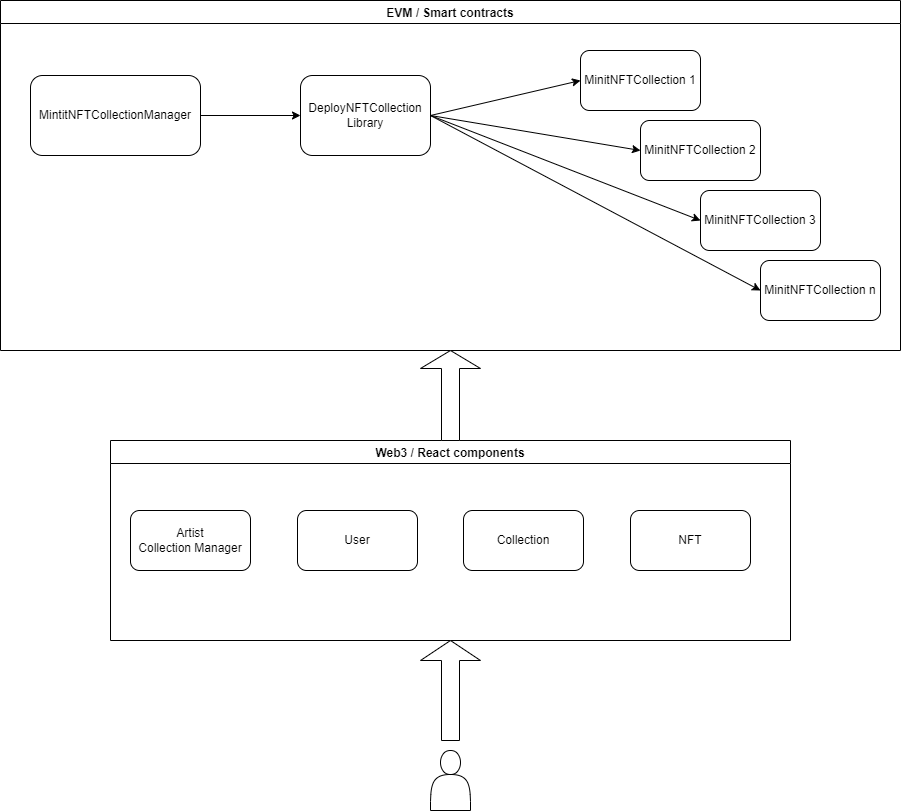
The draw.io diagram docs/assets/Mintit.global.png in Mint-It/mintit, before a commit. Source tidied: cells renumbered, new cells last; positions are measured from the earlier drawing's top-left corner, leaving out a move shared by most shapes. Source of this version:
```xml
<mxGraphModel>
  <root>
    <mxCell id="0" />
    <mxCell id="1" parent="0" />
    <mxCell id="2" value="EVM / Smart contracts" style="swimlane;" parent="1" vertex="1">
      <mxGeometry width="900" height="350" as="geometry" />
    </mxCell>
    <mxCell id="3" value="DeployNFTCollection&lt;br&gt;Library" style="rounded=1;whiteSpace=wrap;html=1;" parent="2" vertex="1">
      <mxGeometry x="300" y="75" width="130" height="80" as="geometry" />
    </mxCell>
    <mxCell id="4" value="MinitNFTCollection 1" style="rounded=1;whiteSpace=wrap;html=1;" parent="2" vertex="1">
      <mxGeometry x="580" y="50" width="120" height="60" as="geometry" />
    </mxCell>
    <mxCell id="5" value="MinitNFTCollection 2" style="rounded=1;whiteSpace=wrap;html=1;" parent="2" vertex="1">
      <mxGeometry x="640" y="120" width="120" height="60" as="geometry" />
    </mxCell>
    <mxCell id="6" value="MinitNFTCollection 3" style="rounded=1;whiteSpace=wrap;html=1;" parent="2" vertex="1">
      <mxGeometry x="700" y="190" width="120" height="60" as="geometry" />
    </mxCell>
    <mxCell id="7" value="MinitNFTCollection n" style="rounded=1;whiteSpace=wrap;html=1;" parent="2" vertex="1">
      <mxGeometry x="760" y="260" width="120" height="60" as="geometry" />
    </mxCell>
    <mxCell id="8" style="endArrow=classic;html=1;rounded=0;exitX=1;exitY=0.5;exitDx=0;exitDy=0;entryX=0;entryY=0.5;entryDx=0;entryDy=0;" parent="2" edge="1" source="3" target="4">
      <mxGeometry relative="1" as="geometry" />
    </mxCell>
    <mxCell id="9" style="endArrow=classic;html=1;rounded=0;exitX=1;exitY=0.5;exitDx=0;exitDy=0;entryX=0;entryY=0.5;entryDx=0;entryDy=0;" parent="2" edge="1" source="3" target="5">
      <mxGeometry relative="1" as="geometry" />
    </mxCell>
    <mxCell id="10" style="endArrow=classic;html=1;rounded=0;entryX=0;entryY=0.5;entryDx=0;entryDy=0;exitX=1;exitY=0.5;exitDx=0;exitDy=0;fillColor=#dae8fc;strokeColor=#000000;strokeWidth=1;" parent="2" edge="1" source="3" target="7">
      <mxGeometry relative="1" as="geometry" />
    </mxCell>
    <mxCell id="11" value="MintitNFTCollectionManager" style="rounded=1;whiteSpace=wrap;html=1;" parent="2" vertex="1">
      <mxGeometry x="30" y="75" width="170" height="80" as="geometry" />
    </mxCell>
    <mxCell id="12" style="endArrow=classic;html=1;rounded=0;exitX=1;exitY=0.5;exitDx=0;exitDy=0;entryX=0;entryY=0.5;entryDx=0;entryDy=0;fillColor=#dae8fc;strokeColor=#000000;strokeWidth=1;" parent="2" edge="1" source="11" target="3">
      <mxGeometry relative="1" as="geometry" />
    </mxCell>
    <mxCell id="13" style="endArrow=classic;html=1;rounded=0;entryX=0;entryY=0.5;entryDx=0;entryDy=0;exitX=1;exitY=0.5;exitDx=0;exitDy=0;" parent="2" edge="1" source="3" target="6">
      <mxGeometry relative="1" as="geometry" />
    </mxCell>
    <mxCell id="14" value="Web3 / React components" style="swimlane;" parent="1" vertex="1">
      <mxGeometry x="110" y="440" width="680" height="200" as="geometry" />
    </mxCell>
    <mxCell id="15" value="Artist&lt;br&gt;Collection Manager" style="rounded=1;whiteSpace=wrap;html=1;" parent="14" vertex="1">
      <mxGeometry x="20" y="70" width="120" height="60" as="geometry" />
    </mxCell>
    <mxCell id="16" value="Collection" style="rounded=1;whiteSpace=wrap;html=1;" parent="14" vertex="1">
      <mxGeometry x="353" y="70" width="120" height="60" as="geometry" />
    </mxCell>
    <mxCell id="17" value="NFT" style="rounded=1;whiteSpace=wrap;html=1;" parent="14" vertex="1">
      <mxGeometry x="520" y="70" width="120" height="60" as="geometry" />
    </mxCell>
    <mxCell id="18" value="User" style="rounded=1;whiteSpace=wrap;html=1;" parent="14" vertex="1">
      <mxGeometry x="187" y="70" width="120" height="60" as="geometry" />
    </mxCell>
    <mxCell id="19" style="shape=actor;whiteSpace=wrap;html=1;fontSize=14;fontColor=#6C8EBF;" parent="1" vertex="1">
      <mxGeometry x="430" y="750" width="40" height="60" as="geometry" />
    </mxCell>
    <mxCell id="20" style="shape=singleArrow;direction=north;whiteSpace=wrap;html=1;fontSize=14;fontColor=#6C8EBF;" parent="1" vertex="1">
      <mxGeometry x="420" y="640" width="60" height="100" as="geometry" />
    </mxCell>
    <mxCell id="21" value="Global" parent="0" />
    <mxCell id="22" style="shape=singleArrow;direction=north;whiteSpace=wrap;html=1;fontSize=14;fontColor=#6C8EBF;" parent="21" vertex="1">
      <mxGeometry x="420" y="350" width="60" height="90" as="geometry" />
    </mxCell>
  </root>
</mxGraphModel>
```
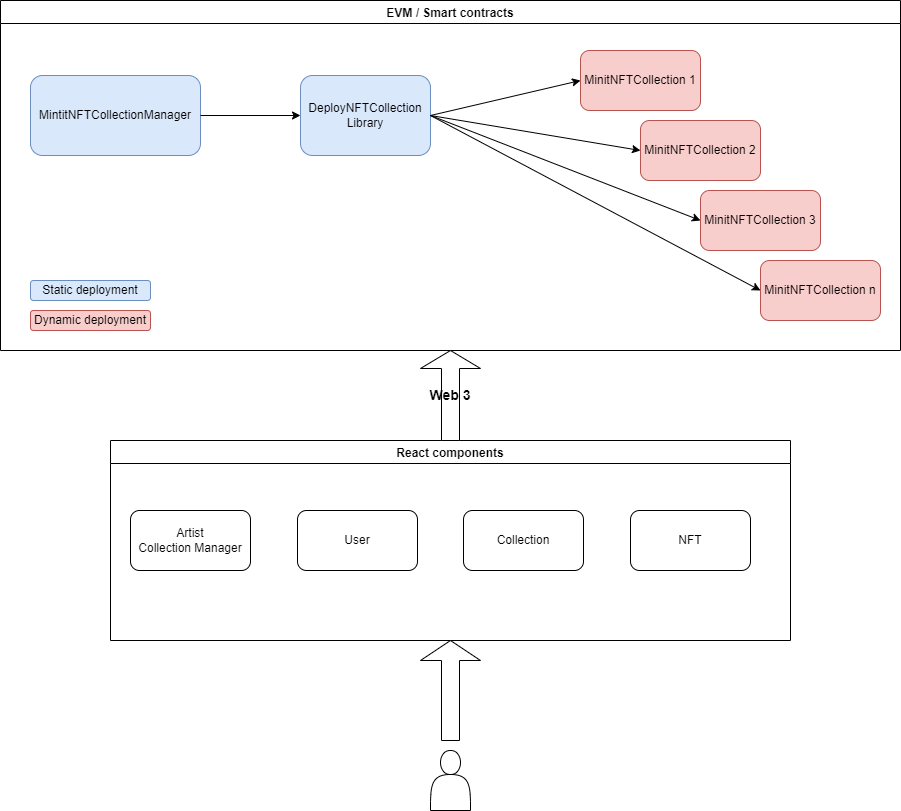
The same file after the commit.

Commit message:
Update global architecture diagram

Diff of the diagram source:
```diff
@@ -5,19 +5,19 @@
     <mxCell id="2" value="EVM / Smart contracts" style="swimlane;" parent="1" vertex="1">
       <mxGeometry width="900" height="350" as="geometry" />
     </mxCell>
-    <mxCell id="3" value="DeployNFTCollection&lt;br&gt;Library" style="rounded=1;whiteSpace=wrap;html=1;" parent="2" vertex="1">
+    <mxCell id="3" value="DeployNFTCollection&lt;br&gt;Library" style="rounded=1;whiteSpace=wrap;html=1;fillColor=#dae8fc;strokeColor=#6c8ebf;" parent="2" vertex="1">
       <mxGeometry x="300" y="75" width="130" height="80" as="geometry" />
     </mxCell>
-    <mxCell id="4" value="MinitNFTCollection 1" style="rounded=1;whiteSpace=wrap;html=1;" parent="2" vertex="1">
+    <mxCell id="4" value="MinitNFTCollection 1" style="rounded=1;whiteSpace=wrap;html=1;fillColor=#f8cecc;strokeColor=#b85450;" parent="2" vertex="1">
       <mxGeometry x="580" y="50" width="120" height="60" as="geometry" />
     </mxCell>
-    <mxCell id="5" value="MinitNFTCollection 2" style="rounded=1;whiteSpace=wrap;html=1;" parent="2" vertex="1">
+    <mxCell id="5" value="MinitNFTCollection 2" style="rounded=1;whiteSpace=wrap;html=1;fillColor=#f8cecc;strokeColor=#b85450;" parent="2" vertex="1">
       <mxGeometry x="640" y="120" width="120" height="60" as="geometry" />
     </mxCell>
-    <mxCell id="6" value="MinitNFTCollection 3" style="rounded=1;whiteSpace=wrap;html=1;" parent="2" vertex="1">
+    <mxCell id="6" value="MinitNFTCollection 3" style="rounded=1;whiteSpace=wrap;html=1;fillColor=#f8cecc;strokeColor=#b85450;" parent="2" vertex="1">
       <mxGeometry x="700" y="190" width="120" height="60" as="geometry" />
     </mxCell>
-    <mxCell id="7" value="MinitNFTCollection n" style="rounded=1;whiteSpace=wrap;html=1;" parent="2" vertex="1">
+    <mxCell id="7" value="MinitNFTCollection n" style="rounded=1;whiteSpace=wrap;html=1;fillColor=#f8cecc;strokeColor=#b85450;" parent="2" vertex="1">
       <mxGeometry x="760" y="260" width="120" height="60" as="geometry" />
     </mxCell>
     <mxCell id="8" style="endArrow=classic;html=1;rounded=0;exitX=1;exitY=0.5;exitDx=0;exitDy=0;entryX=0;entryY=0.5;entryDx=0;entryDy=0;" parent="2" edge="1" source="3" target="4">
@@ -29,7 +29,7 @@
     <mxCell id="10" style="endArrow=classic;html=1;rounded=0;entryX=0;entryY=0.5;entryDx=0;entryDy=0;exitX=1;exitY=0.5;exitDx=0;exitDy=0;fillColor=#dae8fc;strokeColor=#000000;strokeWidth=1;" parent="2" edge="1" source="3" target="7">
       <mxGeometry relative="1" as="geometry" />
     </mxCell>
-    <mxCell id="11" value="MintitNFTCollectionManager" style="rounded=1;whiteSpace=wrap;html=1;" parent="2" vertex="1">
+    <mxCell id="11" value="MintitNFTCollectionManager" style="rounded=1;whiteSpace=wrap;html=1;fillColor=#dae8fc;strokeColor=#6c8ebf;" parent="2" vertex="1">
       <mxGeometry x="30" y="75" width="170" height="80" as="geometry" />
     </mxCell>
     <mxCell id="12" style="endArrow=classic;html=1;rounded=0;exitX=1;exitY=0.5;exitDx=0;exitDy=0;entryX=0;entryY=0.5;entryDx=0;entryDy=0;fillColor=#dae8fc;strokeColor=#000000;strokeWidth=1;" parent="2" edge="1" source="11" target="3">
@@ -38,7 +38,13 @@
     <mxCell id="13" style="endArrow=classic;html=1;rounded=0;entryX=0;entryY=0.5;entryDx=0;entryDy=0;exitX=1;exitY=0.5;exitDx=0;exitDy=0;" parent="2" edge="1" source="3" target="6">
       <mxGeometry relative="1" as="geometry" />
     </mxCell>
+    <mxCell id="23" value="Static deployment" style="rounded=1;whiteSpace=wrap;html=1;fillColor=#dae8fc;strokeColor=#6c8ebf;" parent="2" vertex="1">
+      <mxGeometry x="30" y="280" width="120" height="20" as="geometry" />
+    </mxCell>
+    <mxCell id="24" value="Dynamic deployment" style="rounded=1;whiteSpace=wrap;html=1;fillColor=#f8cecc;strokeColor=#b85450;" parent="2" vertex="1">
+      <mxGeometry x="30" y="310" width="120" height="20" as="geometry" />
+    </mxCell>
-    <mxCell id="14" value="Web3 / React components" style="swimlane;" parent="1" vertex="1">
+    <mxCell id="14" value="React components" style="swimlane;" parent="1" vertex="1">
       <mxGeometry x="110" y="440" width="680" height="200" as="geometry" />
     </mxCell>
     <mxCell id="15" value="Artist&lt;br&gt;Collection Manager" style="rounded=1;whiteSpace=wrap;html=1;" parent="14" vertex="1">
@@ -60,7 +66,7 @@
       <mxGeometry x="420" y="640" width="60" height="100" as="geometry" />
     </mxCell>
     <mxCell id="21" value="Global" parent="0" />
-    <mxCell id="22" style="shape=singleArrow;direction=north;whiteSpace=wrap;html=1;fontSize=14;fontColor=#6C8EBF;" parent="21" vertex="1">
+    <mxCell id="22" value="&lt;font color=&quot;#000000&quot;&gt;&lt;b&gt;Web 3&lt;/b&gt;&lt;/font&gt;" style="shape=singleArrow;direction=north;whiteSpace=wrap;html=1;fontSize=14;fontColor=#6C8EBF;" parent="21" vertex="1">
       <mxGeometry x="420" y="350" width="60" height="90" as="geometry" />
     </mxCell>
   </root>
```
